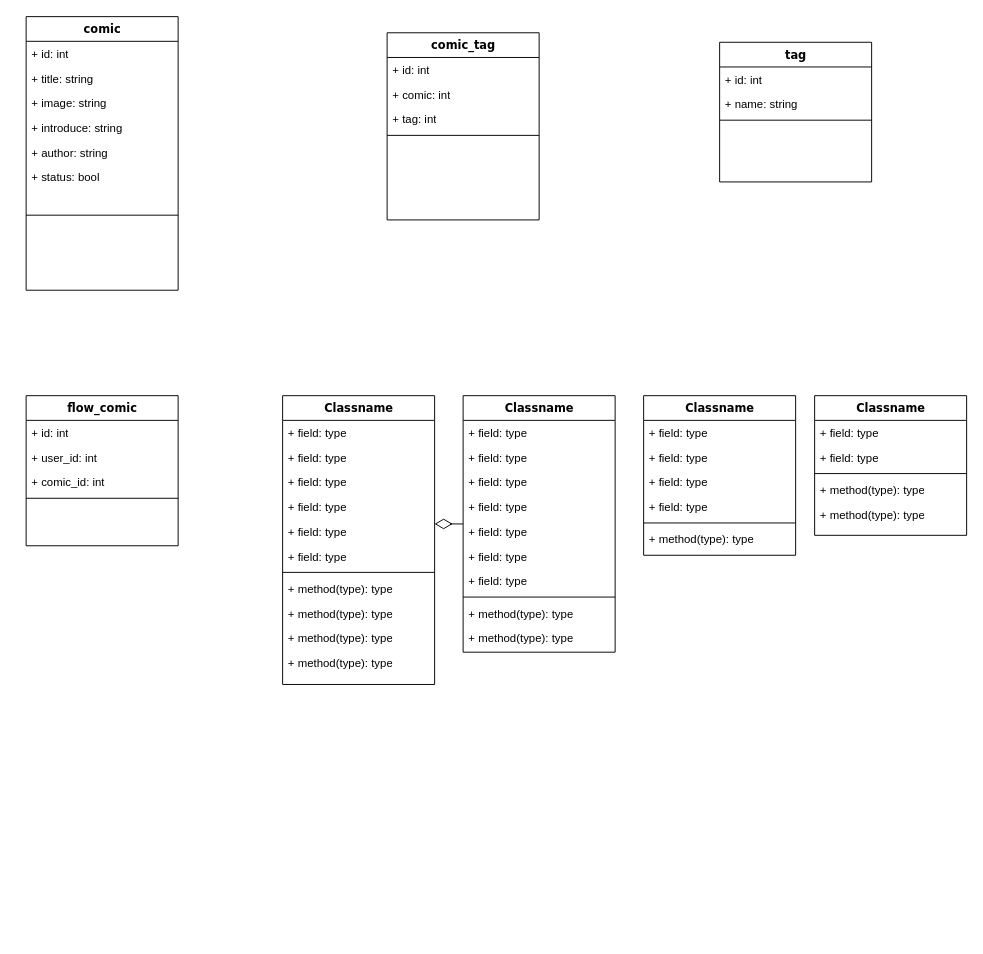
Earlier version of the draw.io diagram Untitled Diagram.drawio (luudatphat/manga). Source tidied: cells renumbered, new cells numbered last; positions are measured from the earlier drawing's top-left corner, leaving out a move shared by most shapes. Both pictures are drawn from the tidied source at 95%, with x=0, y=0 at pixel (26, 16).
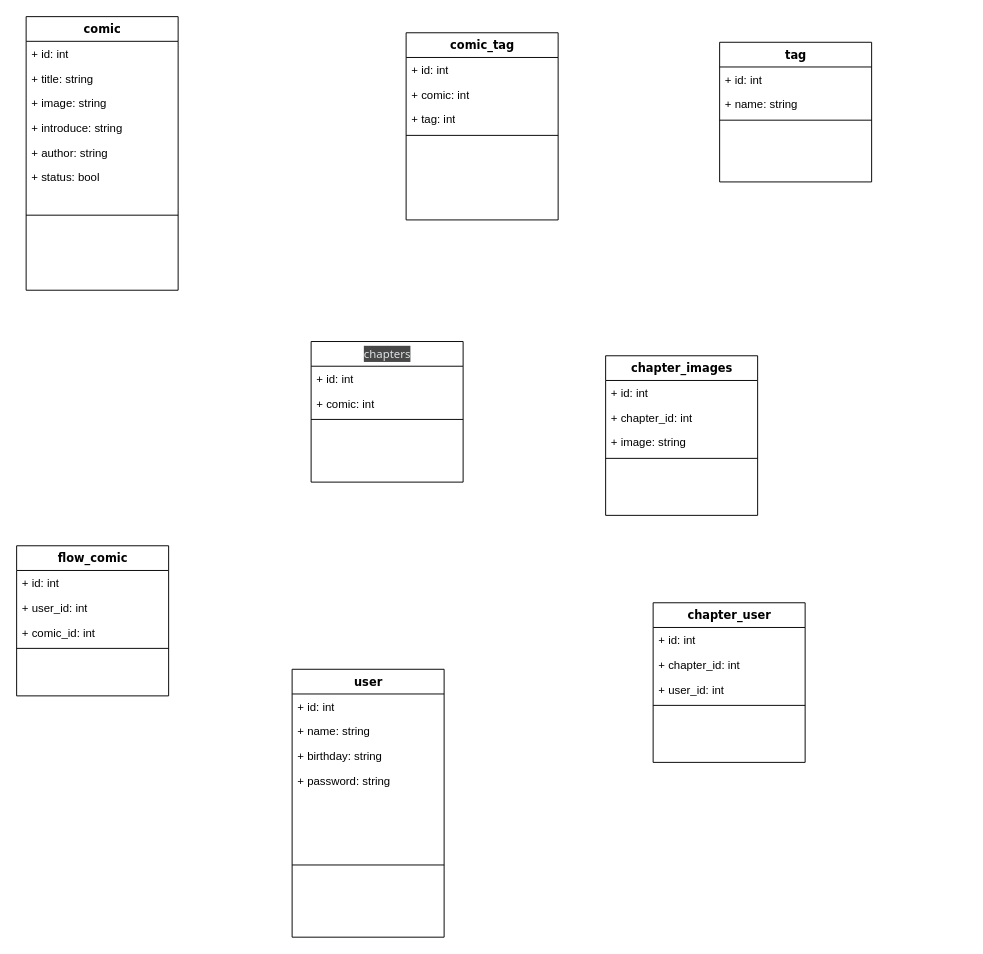
The same page after the edit.

The edit, as a diff of the source:
```diff
@@
     <mxCell id="14" value="comic_tag" style="swimlane;html=1;fontStyle=1;align=center;verticalAlign=top;horizontal=1;startSize=26;swimlaneFillColor=#ffffff;rounded=0;shadow=0;comic=0;labelBackgroundColor=none;strokeWidth=1;fillColor=none;fontFamily=Verdana;fontSize=12;" parent="1" vertex="1">
-      <mxGeometry x="380" y="17" width="160" height="197" as="geometry" />
+      <mxGeometry x="400" y="17" width="160" height="197" as="geometry" />
     </mxCell>
@@
     <mxCell id="19" value="flow_comic" style="swimlane;html=1;fontStyle=1;align=center;verticalAlign=top;horizontal=1;startSize=26;swimlaneFillColor=#ffffff;rounded=0;shadow=0;comic=0;labelBackgroundColor=none;strokeWidth=1;fillColor=none;fontFamily=Verdana;fontSize=12;" parent="1" vertex="1">
-      <mxGeometry y="399" width="160" height="158" as="geometry" />
+      <mxGeometry x="-10" y="557" width="160" height="158" as="geometry" />
     </mxCell>
@@
-    <mxCell id="24" style="edgeStyle=elbowEdgeStyle;html=1;labelBackgroundColor=none;startFill=0;startSize=8;endArrow=diamondThin;endFill=0;endSize=16;fontFamily=Verdana;fontSize=12;elbow=vertical;" parent="1" edge="1" source="37" target="25">
-      <mxGeometry relative="1" as="geometry" />
-    </mxCell>
-    <mxCell id="25" value="Classname" style="swimlane;html=1;fontStyle=1;align=center;verticalAlign=top;horizontal=1;startSize=26;swimlaneFillColor=#ffffff;rounded=0;shadow=0;comic=0;labelBackgroundColor=none;strokeWidth=1;fillColor=none;fontFamily=Verdana;fontSize=12;" parent="1" vertex="1">
-      <mxGeometry x="270" y="399" width="160" height="304" as="geometry" />
+    <mxCell id="25" value="&lt;span style=&quot;color: rgb(222, 227, 228); font-family: system-ui, sans-serif; font-weight: 400; text-align: start; white-space-collapse: preserve; background-color: rgb(72, 72, 72);&quot;&gt;chapters&lt;/span&gt;" style="swimlane;html=1;fontStyle=1;align=center;verticalAlign=top;horizontal=1;startSize=26;swimlaneFillColor=#ffffff;rounded=0;shadow=0;comic=0;labelBackgroundColor=none;strokeWidth=1;fillColor=none;fontFamily=Verdana;fontSize=12;" parent="1" vertex="1">
+      <mxGeometry x="300" y="342" width="160" height="148" as="geometry" />
     </mxCell>
-    <mxCell id="26" value="+ field: type" style="text;html=1;strokeColor=none;fillColor=none;align=left;verticalAlign=top;spacingLeft=4;spacingRight=4;whiteSpace=wrap;overflow=hidden;" parent="25" vertex="1">
+    <mxCell id="26" value="+ id: int" style="text;html=1;strokeColor=none;fillColor=none;align=left;verticalAlign=top;spacingLeft=4;spacingRight=4;whiteSpace=wrap;overflow=hidden;" parent="25" vertex="1">
       <mxGeometry y="26" width="160" height="26" as="geometry" />
     </mxCell>
-    <mxCell id="27" value="+ field: type" style="text;html=1;strokeColor=none;fillColor=none;align=left;verticalAlign=top;spacingLeft=4;spacingRight=4;whiteSpace=wrap;overflow=hidden;" parent="25" vertex="1">
+    <mxCell id="27" value="+ comic: int" style="text;html=1;strokeColor=none;fillColor=none;align=left;verticalAlign=top;spacingLeft=4;spacingRight=4;whiteSpace=wrap;overflow=hidden;" parent="25" vertex="1">
       <mxGeometry y="52" width="160" height="26" as="geometry" />
     </mxCell>
-    <mxCell id="28" value="+ field: type" style="text;html=1;strokeColor=none;fillColor=none;align=left;verticalAlign=top;spacingLeft=4;spacingRight=4;whiteSpace=wrap;overflow=hidden;" parent="25" vertex="1">
-      <mxGeometry y="78" width="160" height="26" as="geometry" />
-    </mxCell>
-    <mxCell id="29" value="+ field: type" style="text;html=1;strokeColor=none;fillColor=none;align=left;verticalAlign=top;spacingLeft=4;spacingRight=4;whiteSpace=wrap;overflow=hidden;" parent="25" vertex="1">
-      <mxGeometry y="104" width="160" height="26" as="geometry" />
-    </mxCell>
-    <mxCell id="30" value="+ field: type" style="text;html=1;strokeColor=none;fillColor=none;align=left;verticalAlign=top;spacingLeft=4;spacingRight=4;whiteSpace=wrap;overflow=hidden;" parent="25" vertex="1">
-      <mxGeometry y="130" width="160" height="26" as="geometry" />
-    </mxCell>
-    <mxCell id="31" value="+ field: type" style="text;html=1;strokeColor=none;fillColor=none;align=left;verticalAlign=top;spacingLeft=4;spacingRight=4;whiteSpace=wrap;overflow=hidden;" parent="25" vertex="1">
-      <mxGeometry y="156" width="160" height="26" as="geometry" />
-    </mxCell>
     <mxCell id="32" style="line;html=1;strokeWidth=1;fillColor=none;align=left;verticalAlign=middle;spacingTop=-1;spacingLeft=3;spacingRight=3;labelPosition=right;" parent="25" vertex="1">
-      <mxGeometry y="182" width="160" height="8" as="geometry" />
+      <mxGeometry y="78" width="160" height="8" as="geometry" />
     </mxCell>
-    <mxCell id="33" value="+ method(type): type" style="text;html=1;strokeColor=none;fillColor=none;align=left;verticalAlign=top;spacingLeft=4;spacingRight=4;whiteSpace=wrap;overflow=hidden;" parent="25" vertex="1">
-      <mxGeometry y="190" width="160" height="26" as="geometry" />
-    </mxCell>
-    <mxCell id="34" value="+ method(type): type" style="text;html=1;strokeColor=none;fillColor=none;align=left;verticalAlign=top;spacingLeft=4;spacingRight=4;whiteSpace=wrap;overflow=hidden;" parent="25" vertex="1">
-      <mxGeometry y="216" width="160" height="26" as="geometry" />
-    </mxCell>
-    <mxCell id="35" value="+ method(type): type" style="text;html=1;strokeColor=none;fillColor=none;align=left;verticalAlign=top;spacingLeft=4;spacingRight=4;whiteSpace=wrap;overflow=hidden;" parent="25" vertex="1">
-      <mxGeometry y="242" width="160" height="26" as="geometry" />
-    </mxCell>
-    <mxCell id="36" value="+ method(type): type" style="text;html=1;strokeColor=none;fillColor=none;align=left;verticalAlign=top;spacingLeft=4;spacingRight=4;whiteSpace=wrap;overflow=hidden;" parent="25" vertex="1">
-      <mxGeometry y="268" width="160" height="26" as="geometry" />
-    </mxCell>
-    <mxCell id="37" value="Classname" style="swimlane;html=1;fontStyle=1;align=center;verticalAlign=top;horizontal=1;startSize=26;swimlaneFillColor=#ffffff;rounded=0;shadow=0;comic=0;labelBackgroundColor=none;strokeWidth=1;fillColor=none;fontFamily=Verdana;fontSize=12;" parent="1" vertex="1">
-      <mxGeometry x="460" y="399" width="160" height="270" as="geometry" />
+    <mxCell id="37" value="chapter_images" style="swimlane;html=1;fontStyle=1;align=center;verticalAlign=top;horizontal=1;startSize=26;swimlaneFillColor=#ffffff;rounded=0;shadow=0;comic=0;labelBackgroundColor=none;strokeWidth=1;fillColor=none;fontFamily=Verdana;fontSize=12;" parent="1" vertex="1">
+      <mxGeometry x="610" y="357" width="160" height="168" as="geometry" />
     </mxCell>
-    <mxCell id="38" value="+ field: type" style="text;html=1;strokeColor=none;fillColor=none;align=left;verticalAlign=top;spacingLeft=4;spacingRight=4;whiteSpace=wrap;overflow=hidden;" parent="37" vertex="1">
+    <mxCell id="38" value="+ id: int" style="text;html=1;strokeColor=none;fillColor=none;align=left;verticalAlign=top;spacingLeft=4;spacingRight=4;whiteSpace=wrap;overflow=hidden;" parent="37" vertex="1">
       <mxGeometry y="26" width="160" height="26" as="geometry" />
     </mxCell>
-    <mxCell id="39" value="+ field: type" style="text;html=1;strokeColor=none;fillColor=none;align=left;verticalAlign=top;spacingLeft=4;spacingRight=4;whiteSpace=wrap;overflow=hidden;" parent="37" vertex="1">
+    <mxCell id="39" value="+ chapter_id: int&lt;div&gt;&lt;br&gt;&lt;/div&gt;" style="text;html=1;strokeColor=none;fillColor=none;align=left;verticalAlign=top;spacingLeft=4;spacingRight=4;whiteSpace=wrap;overflow=hidden;" parent="37" vertex="1">
       <mxGeometry y="52" width="160" height="26" as="geometry" />
     </mxCell>
-    <mxCell id="40" value="+ field: type" style="text;html=1;strokeColor=none;fillColor=none;align=left;verticalAlign=top;spacingLeft=4;spacingRight=4;whiteSpace=wrap;overflow=hidden;" parent="37" vertex="1">
+    <mxCell id="40" value="+ image: string" style="text;html=1;strokeColor=none;fillColor=none;align=left;verticalAlign=top;spacingLeft=4;spacingRight=4;whiteSpace=wrap;overflow=hidden;" parent="37" vertex="1">
       <mxGeometry y="78" width="160" height="26" as="geometry" />
     </mxCell>
-    <mxCell id="41" value="+ field: type" style="text;html=1;strokeColor=none;fillColor=none;align=left;verticalAlign=top;spacingLeft=4;spacingRight=4;whiteSpace=wrap;overflow=hidden;" parent="37" vertex="1">
-      <mxGeometry y="104" width="160" height="26" as="geometry" />
-    </mxCell>
-    <mxCell id="42" value="+ field: type" style="text;html=1;strokeColor=none;fillColor=none;align=left;verticalAlign=top;spacingLeft=4;spacingRight=4;whiteSpace=wrap;overflow=hidden;" parent="37" vertex="1">
-      <mxGeometry y="130" width="160" height="26" as="geometry" />
-    </mxCell>
-    <mxCell id="43" value="+ field: type" style="text;html=1;strokeColor=none;fillColor=none;align=left;verticalAlign=top;spacingLeft=4;spacingRight=4;whiteSpace=wrap;overflow=hidden;" parent="37" vertex="1">
-      <mxGeometry y="156" width="160" height="26" as="geometry" />
-    </mxCell>
-    <mxCell id="44" value="+ field: type" style="text;html=1;strokeColor=none;fillColor=none;align=left;verticalAlign=top;spacingLeft=4;spacingRight=4;whiteSpace=wrap;overflow=hidden;" parent="37" vertex="1">
-      <mxGeometry y="182" width="160" height="26" as="geometry" />
-    </mxCell>
     <mxCell id="45" style="line;html=1;strokeWidth=1;fillColor=none;align=left;verticalAlign=middle;spacingTop=-1;spacingLeft=3;spacingRight=3;labelPosition=right;" parent="37" vertex="1">
-      <mxGeometry y="208" width="160" height="8" as="geometry" />
+      <mxGeometry y="104" width="160" height="8" as="geometry" />
     </mxCell>
-    <mxCell id="46" value="+ method(type): type" style="text;html=1;strokeColor=none;fillColor=none;align=left;verticalAlign=top;spacingLeft=4;spacingRight=4;whiteSpace=wrap;overflow=hidden;" parent="37" vertex="1">
-      <mxGeometry y="216" width="160" height="26" as="geometry" />
-    </mxCell>
-    <mxCell id="47" value="+ method(type): type" style="text;html=1;strokeColor=none;fillColor=none;align=left;verticalAlign=top;spacingLeft=4;spacingRight=4;whiteSpace=wrap;overflow=hidden;" parent="37" vertex="1">
-      <mxGeometry y="242" width="160" height="26" as="geometry" />
-    </mxCell>
-    <mxCell id="48" value="Classname" style="swimlane;html=1;fontStyle=1;align=center;verticalAlign=top;horizontal=1;startSize=26;swimlaneFillColor=#ffffff;rounded=0;shadow=0;comic=0;labelBackgroundColor=none;strokeWidth=1;fillColor=none;fontFamily=Verdana;fontSize=12;" parent="1" vertex="1">
-      <mxGeometry x="650" y="399" width="160" height="168" as="geometry" />
+    <mxCell id="48" value="chapter_user" style="swimlane;html=1;fontStyle=1;align=center;verticalAlign=top;horizontal=1;startSize=26;swimlaneFillColor=#ffffff;rounded=0;shadow=0;comic=0;labelBackgroundColor=none;strokeWidth=1;fillColor=none;fontFamily=Verdana;fontSize=12;" parent="1" vertex="1">
+      <mxGeometry x="660" y="617" width="160" height="168" as="geometry" />
     </mxCell>
-    <mxCell id="49" value="+ field: type" style="text;html=1;strokeColor=none;fillColor=none;align=left;verticalAlign=top;spacingLeft=4;spacingRight=4;whiteSpace=wrap;overflow=hidden;" parent="48" vertex="1">
+    <mxCell id="49" value="+ id: int" style="text;html=1;strokeColor=none;fillColor=none;align=left;verticalAlign=top;spacingLeft=4;spacingRight=4;whiteSpace=wrap;overflow=hidden;" parent="48" vertex="1">
       <mxGeometry y="26" width="160" height="26" as="geometry" />
     </mxCell>
-    <mxCell id="50" value="+ field: type" style="text;html=1;strokeColor=none;fillColor=none;align=left;verticalAlign=top;spacingLeft=4;spacingRight=4;whiteSpace=wrap;overflow=hidden;" parent="48" vertex="1">
+    <mxCell id="50" value="+ chapter_id: int" style="text;html=1;strokeColor=none;fillColor=none;align=left;verticalAlign=top;spacingLeft=4;spacingRight=4;whiteSpace=wrap;overflow=hidden;" parent="48" vertex="1">
       <mxGeometry y="52" width="160" height="26" as="geometry" />
     </mxCell>
-    <mxCell id="51" value="+ field: type" style="text;html=1;strokeColor=none;fillColor=none;align=left;verticalAlign=top;spacingLeft=4;spacingRight=4;whiteSpace=wrap;overflow=hidden;" parent="48" vertex="1">
+    <mxCell id="51" value="+ user_id: int" style="text;html=1;strokeColor=none;fillColor=none;align=left;verticalAlign=top;spacingLeft=4;spacingRight=4;whiteSpace=wrap;overflow=hidden;" parent="48" vertex="1">
       <mxGeometry y="78" width="160" height="26" as="geometry" />
     </mxCell>
-    <mxCell id="52" value="+ field: type" style="text;html=1;strokeColor=none;fillColor=none;align=left;verticalAlign=top;spacingLeft=4;spacingRight=4;whiteSpace=wrap;overflow=hidden;" parent="48" vertex="1">
-      <mxGeometry y="104" width="160" height="26" as="geometry" />
-    </mxCell>
     <mxCell id="53" style="line;html=1;strokeWidth=1;fillColor=none;align=left;verticalAlign=middle;spacingTop=-1;spacingLeft=3;spacingRight=3;labelPosition=right;" parent="48" vertex="1">
-      <mxGeometry y="130" width="160" height="8" as="geometry" />
+      <mxGeometry y="104" width="160" height="8" as="geometry" />
     </mxCell>
-    <mxCell id="54" value="+ method(type): type" style="text;html=1;strokeColor=none;fillColor=none;align=left;verticalAlign=top;spacingLeft=4;spacingRight=4;whiteSpace=wrap;overflow=hidden;" parent="48" vertex="1">
-      <mxGeometry y="138" width="160" height="26" as="geometry" />
-    </mxCell>
-    <mxCell id="55" value="Classname" style="swimlane;html=1;fontStyle=1;align=center;verticalAlign=top;horizontal=1;startSize=26;swimlaneFillColor=#ffffff;rounded=0;shadow=0;comic=0;labelBackgroundColor=none;strokeWidth=1;fillColor=none;fontFamily=Verdana;fontSize=12;" parent="1" vertex="1">
-      <mxGeometry x="830" y="399" width="160" height="147" as="geometry" />
+    <mxCell id="55" value="user" style="swimlane;html=1;fontStyle=1;align=center;verticalAlign=top;horizontal=1;startSize=26;swimlaneFillColor=#ffffff;rounded=0;shadow=0;comic=0;labelBackgroundColor=none;strokeWidth=1;fillColor=none;fontFamily=Verdana;fontSize=12;" parent="1" vertex="1">
+      <mxGeometry x="280" y="687" width="160" height="282" as="geometry" />
     </mxCell>
-    <mxCell id="56" value="+ field: type" style="text;html=1;strokeColor=none;fillColor=none;align=left;verticalAlign=top;spacingLeft=4;spacingRight=4;whiteSpace=wrap;overflow=hidden;" parent="55" vertex="1">
+    <mxCell id="56" value="+ id: int" style="text;html=1;strokeColor=none;fillColor=none;align=left;verticalAlign=top;spacingLeft=4;spacingRight=4;whiteSpace=wrap;overflow=hidden;" parent="55" vertex="1">
       <mxGeometry y="26" width="160" height="26" as="geometry" />
     </mxCell>
-    <mxCell id="57" value="+ field: type" style="text;html=1;strokeColor=none;fillColor=none;align=left;verticalAlign=top;spacingLeft=4;spacingRight=4;whiteSpace=wrap;overflow=hidden;" parent="55" vertex="1">
+    <mxCell id="57" value="+ name: string" style="text;html=1;strokeColor=none;fillColor=none;align=left;verticalAlign=top;spacingLeft=4;spacingRight=4;whiteSpace=wrap;overflow=hidden;" parent="55" vertex="1">
       <mxGeometry y="52" width="160" height="26" as="geometry" />
     </mxCell>
+    <mxCell id="61" value="+ birthday: string" style="text;html=1;strokeColor=none;fillColor=none;align=left;verticalAlign=top;spacingLeft=4;spacingRight=4;whiteSpace=wrap;overflow=hidden;" parent="55" vertex="1">
+      <mxGeometry y="78" width="160" height="26" as="geometry" />
+    </mxCell>
+    <mxCell id="62" value="+ password: string" style="text;html=1;strokeColor=none;fillColor=none;align=left;verticalAlign=top;spacingLeft=4;spacingRight=4;whiteSpace=wrap;overflow=hidden;" parent="55" vertex="1">
+      <mxGeometry y="104" width="160" height="26" as="geometry" />
+    </mxCell>
     <mxCell id="58" style="line;html=1;strokeWidth=1;fillColor=none;align=left;verticalAlign=middle;spacingTop=-1;spacingLeft=3;spacingRight=3;labelPosition=right;" parent="55" vertex="1">
-      <mxGeometry y="78" width="160" height="8" as="geometry" />
+      <mxGeometry y="130" width="160" height="152" as="geometry" />
     </mxCell>
-    <mxCell id="59" value="+ method(type): type" style="text;html=1;strokeColor=none;fillColor=none;align=left;verticalAlign=top;spacingLeft=4;spacingRight=4;whiteSpace=wrap;overflow=hidden;" parent="55" vertex="1">
-      <mxGeometry y="86" width="160" height="26" as="geometry" />
-    </mxCell>
-    <mxCell id="60" value="+ method(type): type" style="text;html=1;strokeColor=none;fillColor=none;align=left;verticalAlign=top;spacingLeft=4;spacingRight=4;whiteSpace=wrap;overflow=hidden;" parent="55" vertex="1">
-      <mxGeometry y="112" width="160" height="26" as="geometry" />
-    </mxCell>
```
